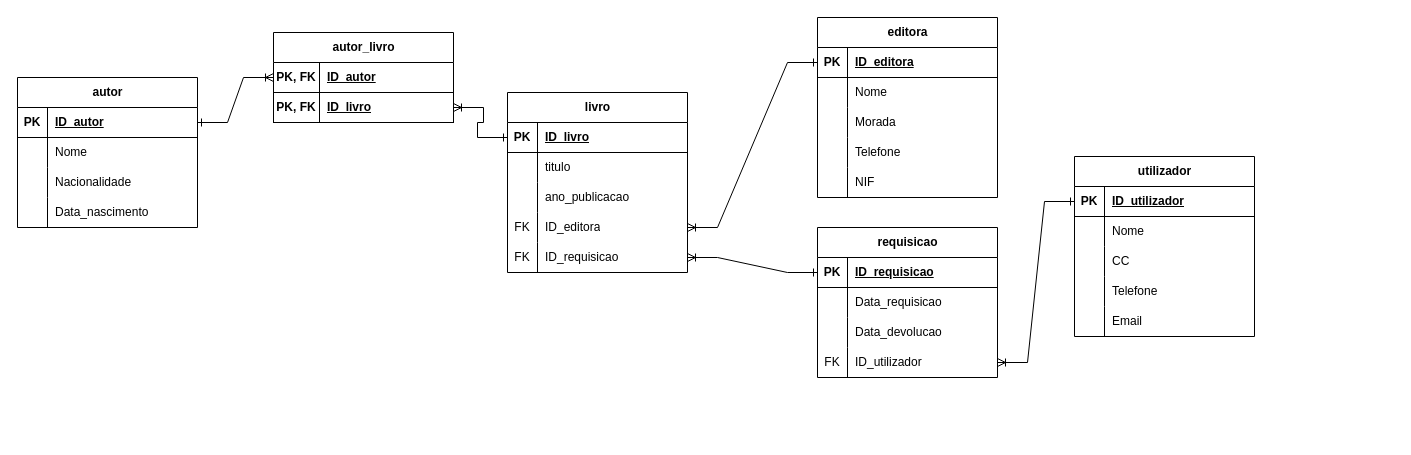
Above: BDC/PL01 next/Ex5.drawio in AnaCarvalho77/Cesae_SoftwareDeveloper (draw.io), before the change. Source tidied: cells renumbered, new cells numbered last; positions are measured from the earlier drawing's top-left corner, leaving out a move shared by most shapes. Both pictures are drawn from the tidied source at 100%, with x=0, y=0 at pixel (17, -138).
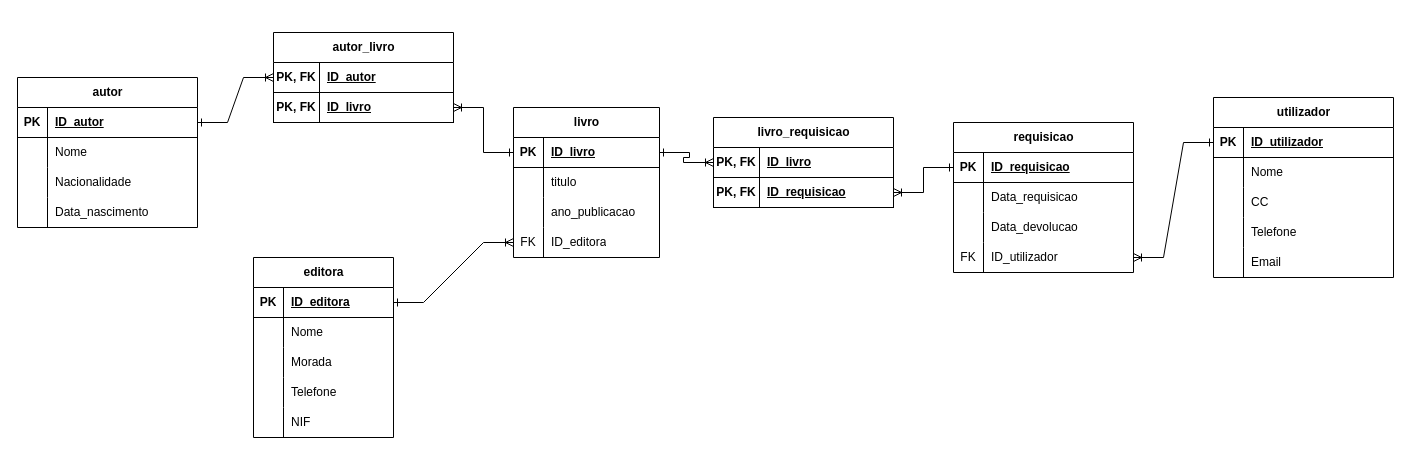
The same page after the edit.

The change refers to these unchanged cells:
```xml
<mxCell id="58" style="shape=tableRow;horizontal=0;startSize=0;swimlaneHead=0;swimlaneBody=0;fillColor=none;points=[[0,0.5],[1,0.5]];portConstraint=eastwest;top=0;left=0;right=0;bottom=1;" parent="57" vertex="1">
  <mxGeometry y="30" width="180" height="30" as="geometry" />
</mxCell>
```

Diff of the diagram source:
```diff
@@
     <mxCell id="23" value="livro" style="shape=table;startSize=30;childLayout=tableLayout;rowLines=0;fontStyle=1;align=center;html=1;" parent="1" vertex="1">
-      <mxGeometry x="490" y="230" width="180" height="180" as="geometry" />
+      <mxGeometry x="496" y="245" width="146" height="150" as="geometry" />
     </mxCell>
     <mxCell id="24" style="shape=tableRow;horizontal=0;startSize=0;swimlaneHead=0;swimlaneBody=0;fillColor=none;points=[[0,0.5],[1,0.5]];portConstraint=eastwest;top=0;left=0;right=0;bottom=1;" parent="23" vertex="1">
-      <mxGeometry y="30" width="180" height="30" as="geometry" />
+      <mxGeometry y="30" width="146" height="30" as="geometry" />
     </mxCell>
@@
     <mxCell id="26" value="ID_livro" style="shape=partialRectangle;fillColor=none;top=0;left=0;bottom=0;right=0;align=left;spacingLeft=6;fontStyle=5;overflow=hidden;whiteSpace=wrap;html=1;" parent="24" vertex="1">
-      <mxGeometry x="30" width="150" height="30" as="geometry" />
+      <mxGeometry x="30" width="116" height="30" as="geometry" />
     </mxCell>
     <mxCell id="27" style="shape=tableRow;horizontal=0;startSize=0;swimlaneHead=0;swimlaneBody=0;fillColor=none;top=0;left=0;right=0;bottom=0;" parent="23" vertex="1">
-      <mxGeometry y="60" width="180" height="30" as="geometry" />
+      <mxGeometry y="60" width="146" height="30" as="geometry" />
     </mxCell>
@@
     <mxCell id="29" value="titulo" style="shape=partialRectangle;fillColor=none;top=0;left=0;bottom=0;right=0;align=left;spacingLeft=6;overflow=hidden;whiteSpace=wrap;html=1;" parent="27" vertex="1">
-      <mxGeometry x="30" width="150" height="30" as="geometry" />
+      <mxGeometry x="30" width="116" height="30" as="geometry" />
     </mxCell>
     <mxCell id="30" style="shape=tableRow;horizontal=0;startSize=0;swimlaneHead=0;swimlaneBody=0;fillColor=none;top=0;left=0;right=0;bottom=0;" parent="23" vertex="1">
-      <mxGeometry y="90" width="180" height="30" as="geometry" />
+      <mxGeometry y="90" width="146" height="30" as="geometry" />
     </mxCell>
@@
     <mxCell id="32" value="ano_publicacao" style="shape=partialRectangle;fillColor=none;top=0;left=0;bottom=0;right=0;align=left;spacingLeft=6;overflow=hidden;whiteSpace=wrap;html=1;" parent="30" vertex="1">
-      <mxGeometry x="30" width="150" height="30" as="geometry" />
+      <mxGeometry x="30" width="116" height="30" as="geometry" />
     </mxCell>
     <mxCell id="33" style="shape=tableRow;horizontal=0;startSize=0;swimlaneHead=0;swimlaneBody=0;fillColor=none;points=[[0,0.5],[1,0.5]];portConstraint=eastwest;top=0;left=0;right=0;bottom=0;" parent="23" vertex="1">
-      <mxGeometry y="120" width="180" height="30" as="geometry" />
+      <mxGeometry y="120" width="146" height="30" as="geometry" />
     </mxCell>
@@
     <mxCell id="35" value="ID_editora" style="shape=partialRectangle;fillColor=none;top=0;left=0;bottom=0;right=0;align=left;spacingLeft=6;overflow=hidden;whiteSpace=wrap;html=1;" parent="33" vertex="1">
-      <mxGeometry x="30" width="150" height="30" as="geometry" />
+      <mxGeometry x="30" width="116" height="30" as="geometry" />
     </mxCell>
-    <mxCell id="36" style="shape=tableRow;horizontal=0;startSize=0;swimlaneHead=0;swimlaneBody=0;fillColor=none;points=[[0,0.5],[1,0.5]];portConstraint=eastwest;top=0;left=0;right=0;bottom=0;" parent="23" vertex="1">
-      <mxGeometry y="150" width="180" height="30" as="geometry" />
-    </mxCell>
-    <mxCell id="37" value="FK" style="shape=partialRectangle;fillColor=none;top=0;left=0;bottom=0;right=0;overflow=hidden;whiteSpace=wrap;html=1;" parent="36" vertex="1">
-      <mxGeometry width="30" height="30" as="geometry" />
-    </mxCell>
-    <mxCell id="38" value="ID_requisicao" style="shape=partialRectangle;fillColor=none;top=0;left=0;bottom=0;right=0;align=left;spacingLeft=6;overflow=hidden;whiteSpace=wrap;html=1;" parent="36" vertex="1">
-      <mxGeometry x="30" width="150" height="30" as="geometry" />
-    </mxCell>
@@
     <mxCell id="40" value="editora" style="shape=table;startSize=30;childLayout=tableLayout;rowLines=0;fontStyle=1;align=center;html=1;" parent="1" vertex="1">
-      <mxGeometry x="800" y="155" width="180" height="180" as="geometry" />
+      <mxGeometry x="236" y="395" width="140" height="180" as="geometry" />
     </mxCell>
     <mxCell id="41" style="shape=tableRow;horizontal=0;startSize=0;swimlaneHead=0;swimlaneBody=0;fillColor=none;points=[[0,0.5],[1,0.5]];portConstraint=eastwest;top=0;left=0;right=0;bottom=1;" parent="40" vertex="1">
-      <mxGeometry y="30" width="180" height="30" as="geometry" />
+      <mxGeometry y="30" width="140" height="30" as="geometry" />
     </mxCell>
@@
     <mxCell id="43" value="ID_editora" style="shape=partialRectangle;fillColor=none;top=0;left=0;bottom=0;right=0;align=left;spacingLeft=6;fontStyle=5;overflow=hidden;whiteSpace=wrap;html=1;" parent="41" vertex="1">
-      <mxGeometry x="30" width="150" height="30" as="geometry" />
+      <mxGeometry x="30" width="110" height="30" as="geometry" />
     </mxCell>
     <mxCell id="44" style="shape=tableRow;horizontal=0;startSize=0;swimlaneHead=0;swimlaneBody=0;fillColor=none;top=0;left=0;right=0;bottom=0;" parent="40" vertex="1">
-      <mxGeometry y="60" width="180" height="30" as="geometry" />
+      <mxGeometry y="60" width="140" height="30" as="geometry" />
     </mxCell>
@@
     <mxCell id="46" value="Nome" style="shape=partialRectangle;fillColor=none;top=0;left=0;bottom=0;right=0;align=left;spacingLeft=6;overflow=hidden;whiteSpace=wrap;html=1;" parent="44" vertex="1">
-      <mxGeometry x="30" width="150" height="30" as="geometry" />
+      <mxGeometry x="30" width="110" height="30" as="geometry" />
     </mxCell>
     <mxCell id="47" style="shape=tableRow;horizontal=0;startSize=0;swimlaneHead=0;swimlaneBody=0;fillColor=none;top=0;left=0;right=0;bottom=0;" parent="40" vertex="1">
-      <mxGeometry y="90" width="180" height="30" as="geometry" />
+      <mxGeometry y="90" width="140" height="30" as="geometry" />
     </mxCell>
@@
     <mxCell id="49" value="Morada" style="shape=partialRectangle;fillColor=none;top=0;left=0;bottom=0;right=0;align=left;spacingLeft=6;overflow=hidden;whiteSpace=wrap;html=1;" parent="47" vertex="1">
-      <mxGeometry x="30" width="150" height="30" as="geometry" />
+      <mxGeometry x="30" width="110" height="30" as="geometry" />
     </mxCell>
     <mxCell id="50" style="shape=tableRow;horizontal=0;startSize=0;swimlaneHead=0;swimlaneBody=0;fillColor=none;top=0;left=0;right=0;bottom=0;" parent="40" vertex="1">
-      <mxGeometry y="120" width="180" height="30" as="geometry" />
+      <mxGeometry y="120" width="140" height="30" as="geometry" />
     </mxCell>
@@
     <mxCell id="52" value="Telefone" style="shape=partialRectangle;fillColor=none;top=0;left=0;bottom=0;right=0;align=left;spacingLeft=6;overflow=hidden;whiteSpace=wrap;html=1;" parent="50" vertex="1">
-      <mxGeometry x="30" width="150" height="30" as="geometry" />
+      <mxGeometry x="30" width="110" height="30" as="geometry" />
     </mxCell>
     <mxCell id="53" style="shape=tableRow;horizontal=0;startSize=0;swimlaneHead=0;swimlaneBody=0;fillColor=none;top=0;left=0;right=0;bottom=0;" parent="40" vertex="1">
-      <mxGeometry y="150" width="180" height="30" as="geometry" />
+      <mxGeometry y="150" width="140" height="30" as="geometry" />
     </mxCell>
@@
     <mxCell id="55" value="NIF" style="shape=partialRectangle;fillColor=none;top=0;left=0;bottom=0;right=0;align=left;spacingLeft=6;overflow=hidden;whiteSpace=wrap;html=1;" parent="53" vertex="1">
-      <mxGeometry x="30" width="150" height="30" as="geometry" />
+      <mxGeometry x="30" width="110" height="30" as="geometry" />
     </mxCell>
-    <mxCell id="56" style="edgeStyle=entityRelationEdgeStyle;fontSize=12;html=1;endArrow=ERoneToMany;rounded=0;startArrow=ERone;startFill=0;entryX=1;entryY=0.5;entryDx=0;entryDy=0;exitX=0;exitY=0.5;exitDx=0;exitDy=0;" parent="1" edge="1" source="41" target="33">
+    <mxCell id="56" style="edgeStyle=entityRelationEdgeStyle;fontSize=12;html=1;endArrow=ERoneToMany;rounded=0;startArrow=ERone;startFill=0;entryX=0;entryY=0.5;entryDx=0;entryDy=0;exitX=1;exitY=0.5;exitDx=0;exitDy=0;" parent="1" edge="1" source="41" target="33">
       <mxGeometry relative="1" as="geometry" />
     </mxCell>
     <mxCell id="57" value="requisicao" style="shape=table;startSize=30;childLayout=tableLayout;rowLines=0;fontStyle=1;align=center;html=1;" parent="1" vertex="1">
-      <mxGeometry x="800" y="365" width="180" height="150" as="geometry" />
+      <mxGeometry x="936" y="260" width="180" height="150" as="geometry" />
     </mxCell>
@@
-    <mxCell id="70" style="edgeStyle=entityRelationEdgeStyle;fontSize=12;html=1;endArrow=ERoneToMany;rounded=0;startArrow=ERone;startFill=0;exitX=0;exitY=0.5;exitDx=0;exitDy=0;entryX=1;entryY=0.5;entryDx=0;entryDy=0;" parent="1" edge="1" source="58" target="36">
-      <mxGeometry relative="1" as="geometry">
-        <Array as="points">
-          <mxPoint x="1105" y="455" />
-        </Array>
-      </mxGeometry>
-    </mxCell>
     <mxCell id="71" value="utilizador" style="shape=table;startSize=30;childLayout=tableLayout;rowLines=0;fontStyle=1;align=center;html=1;" parent="1" vertex="1">
-      <mxGeometry x="1057" y="294" width="180" height="180" as="geometry" />
+      <mxGeometry x="1196" y="235" width="180" height="180" as="geometry" />
     </mxCell>
@@
+    <mxCell id="88" value="livro_requisicao" style="shape=table;startSize=30;childLayout=tableLayout;rowLines=0;fontStyle=1;align=center;html=1;" parent="1" vertex="1">
+      <mxGeometry x="696" y="255" width="180" height="90" as="geometry" />
+    </mxCell>
+    <mxCell id="89" style="shape=tableRow;horizontal=0;startSize=0;swimlaneHead=0;swimlaneBody=0;fillColor=none;points=[[0,0.5],[1,0.5]];portConstraint=eastwest;top=0;left=0;right=0;bottom=1;" parent="88" vertex="1">
+      <mxGeometry y="30" width="180" height="30" as="geometry" />
+    </mxCell>
+    <mxCell id="90" value="PK, FK" style="shape=partialRectangle;fillColor=none;top=0;left=0;bottom=0;right=0;fontStyle=1;overflow=hidden;whiteSpace=wrap;html=1;" parent="89" vertex="1">
+      <mxGeometry width="46" height="30" as="geometry" />
+    </mxCell>
+    <mxCell id="91" value="ID_livro" style="shape=partialRectangle;fillColor=none;top=0;left=0;bottom=0;right=0;align=left;spacingLeft=6;fontStyle=5;overflow=hidden;whiteSpace=wrap;html=1;" parent="89" vertex="1">
+      <mxGeometry x="46" width="134" height="30" as="geometry" />
+    </mxCell>
+    <mxCell id="92" style="shape=tableRow;horizontal=0;startSize=0;swimlaneHead=0;swimlaneBody=0;fillColor=none;points=[[0,0.5],[1,0.5]];portConstraint=eastwest;top=0;left=0;right=0;bottom=1;" parent="88" vertex="1">
+      <mxGeometry y="60" width="180" height="30" as="geometry" />
+    </mxCell>
+    <mxCell id="93" value="PK, FK" style="shape=partialRectangle;fillColor=none;top=0;left=0;bottom=0;right=0;fontStyle=1;overflow=hidden;whiteSpace=wrap;html=1;" parent="92" vertex="1">
+      <mxGeometry width="46" height="30" as="geometry" />
+    </mxCell>
+    <mxCell id="38" value="ID_requisicao" style="shape=partialRectangle;fillColor=none;top=0;left=0;bottom=0;right=0;align=left;spacingLeft=6;fontStyle=5;overflow=hidden;whiteSpace=wrap;html=1;" parent="92" vertex="1">
+      <mxGeometry x="46" width="134" height="30" as="geometry" />
+    </mxCell>
+    <mxCell id="70" style="edgeStyle=entityRelationEdgeStyle;fontSize=12;html=1;endArrow=ERoneToMany;rounded=0;startArrow=ERone;startFill=0;exitX=0;exitY=0.5;exitDx=0;exitDy=0;entryX=1;entryY=0.5;entryDx=0;entryDy=0;" parent="1" edge="1" source="58" target="92">
+      <mxGeometry relative="1" as="geometry">
+        <Array as="points">
+          <mxPoint x="1105" y="455" />
+        </Array>
+      </mxGeometry>
+    </mxCell>
+    <mxCell id="94" style="edgeStyle=entityRelationEdgeStyle;fontSize=12;html=1;endArrow=ERoneToMany;rounded=0;startArrow=ERone;startFill=0;exitX=1;exitY=0.5;exitDx=0;exitDy=0;entryX=0;entryY=0.5;entryDx=0;entryDy=0;" parent="1" edge="1" source="24" target="89">
+      <mxGeometry relative="1" as="geometry" />
+    </mxCell>
```
